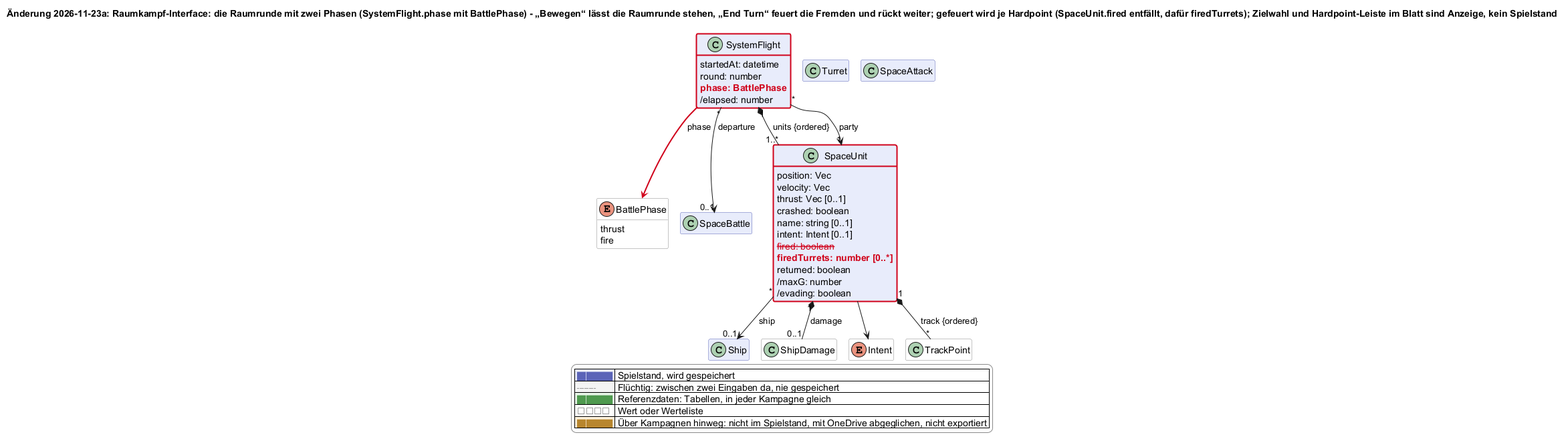
Earlier version of the PlantUML export docs/changes/2026-11-23a-raumkampf-interface.png (scuzzar/SRE). Source of this version:
```plantuml
@startuml
!$change = "2026-11-23a"
!if %not(%variable_exists("$change"))
!$change = "*"
!endif
!function $marked($c)
!return $change == "*" || $change == $c
!endfunction
!function $new($c, $t)
!if $marked($c)
!return "<color:#d0021b><b>" + $t + "</b></color>"
!endif
!return $t
!endfunction
!procedure $gone($c, $t)
!if $marked($c)
<color:#d0021b><s>$t</s></color>
!endif
!endprocedure
!function $newClass($c)
!if $marked($c)
!return "#line:d0021b;line.bold"
!endif
!return ""
!endfunction
!function $newArrow($c)
!if $marked($c)
!return "[#d0021b,bold]"
!endif
!return ""
!endfunction
!function $goneArrow($c)
!if $marked($c)
!return "[#d0021b,dashed]"
!endif
!return ""
!endfunction
!pragma layout smetana
title Änderung 2026-11-23a: Raumkampf-Interface: die Raumrunde mit zwei Phasen (SystemFlight.phase mit BattlePhase) - „Bewegen“ lässt die Raumrunde stehen, „End Turn“ feuert die Fremden und rückt weiter; gefeuert wird je Hardpoint (SpaceUnit.fired entfällt, dafür firedTurrets); Zielwahl und Hardpoint-Leiste im Blatt sind Anzeige, kein Spielstand
hide empty members
hide methods
skinparam classAttributeIconSize 0
skinparam shadowing false
skinparam packageStyle rectangle
skinparam class {
  BackgroundColor #e8ecfb
  BorderColor #5b64b8
  BackgroundColor<<transient>> #f4f4f4
  BorderColor<<transient>> #8a8a8a
  BackgroundColor<<reference>> #e6f4e6
  BorderColor<<reference>> #4f9a4f
  BackgroundColor<<value>> #ffffff
  BorderColor<<value>> #8a8a8a
  BackgroundColor<<browser>> #fdf1dc
  BorderColor<<browser>> #b8862e
}
skinparam legendBackgroundColor #ffffff
skinparam legendBorderColor #8a8a8a
<style>
classDiagram {
  class {
    .transient {
      LineStyle 5-3
    }
  }
}
</style>
hide <<transient>> stereotype
hide <<reference>> stereotype
hide <<value>> stereotype
hide <<browser>> stereotype


  class Ship $schiffe
  class Turret $schiffe

  class SystemFlight $raum {
    startedAt: datetime
    round: number
    $new("2026-11-23a", "phase: BattlePhase")
    /elapsed: number
  }
  class ShipDamage <<value>> $raum
  enum Intent <<value>> $raum
  enum BattlePhase <<value>> $raum {
    thrust
    fire
  }
  class SpaceBattle $raum
  class SpaceAttack $raum
  class SpaceUnit $raum {
    position: Vec
    velocity: Vec
    thrust: Vec [0..1]
    crashed: boolean
    name: string [0..1]
    intent: Intent [0..1]
    $gone("2026-11-23a", "fired: boolean")
    $new("2026-11-23a", "firedTurrets: number [0..*]")
    returned: boolean
    /maxG: number
    /evading: boolean
  }
  class TrackPoint <<value>> $raum










SystemFlight "1" *-- "1..*" SpaceUnit : units {ordered}
SystemFlight -$newArrow("2026-11-23a")-> BattlePhase : phase
SpaceUnit "*" --> "0..1" Ship : ship
SpaceUnit "1" *-- "0..1" ShipDamage : damage
SpaceUnit --> Intent
SystemFlight "*" --> "0..1" SpaceBattle : departure
SystemFlight "*" --> "1" SpaceUnit : party
SpaceUnit "1" *-- "*" TrackPoint : track {ordered}













legend right
  |<#e8ecfb> <color:#5b64b8>████</color> | Spielstand, wird gespeichert |
  |<#f4f4f4> <color:#8a8a8a>╌╌╌╌</color> | Flüchtig: zwischen zwei Eingaben da, nie gespeichert |
  |<#e6f4e6> <color:#4f9a4f>████</color> | Referenzdaten: Tabellen, in jeder Kampagne gleich |
  |<#ffffff> <color:#8a8a8a>□□□□</color> | Wert oder Werteliste |
  |<#fdf1dc> <color:#b8862e>████</color> | Über Kampagnen hinweg: nicht im Spielstand, mit OneDrive abgeglichen, nicht exportiert |
endlegend
class SystemFlight #line:d0021b;line.bold
class SpaceUnit #line:d0021b;line.bold
@enduml
```
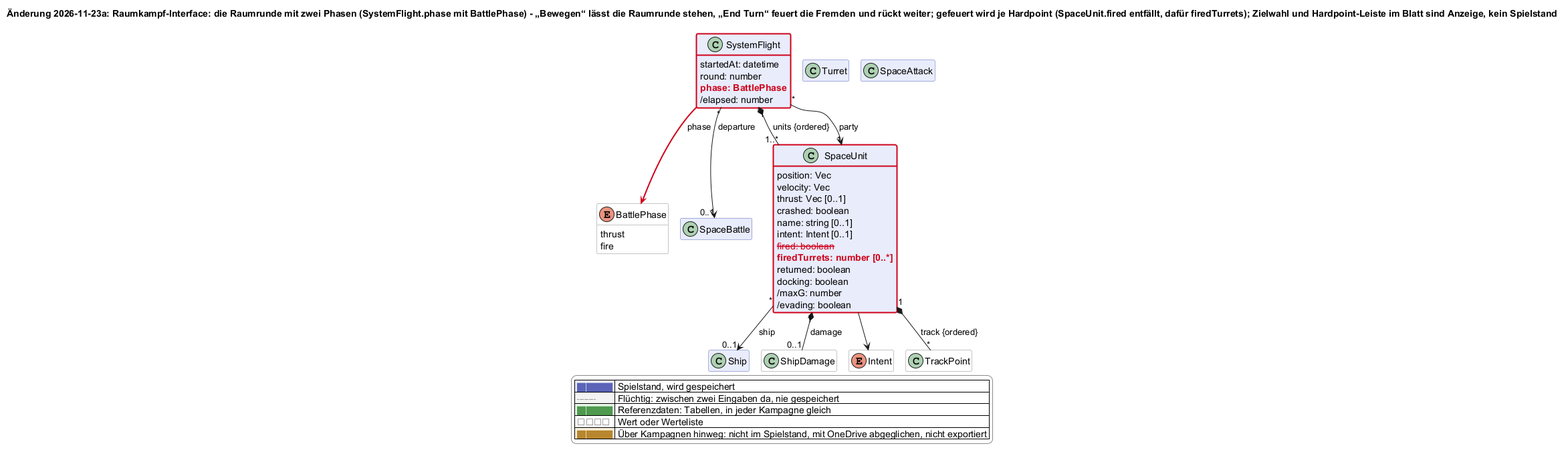
The same file after the commit.

Diff of the diagram source:
```diff
@@ -98,6 +98,7 @@
     $gone("2026-11-23a", "fired: boolean")
     $new("2026-11-23a", "firedTurrets: number [0..*]")
     returned: boolean
+    $new("2026-11-23c", "docking: boolean")
     /maxG: number
     /evading: boolean
   }
```
